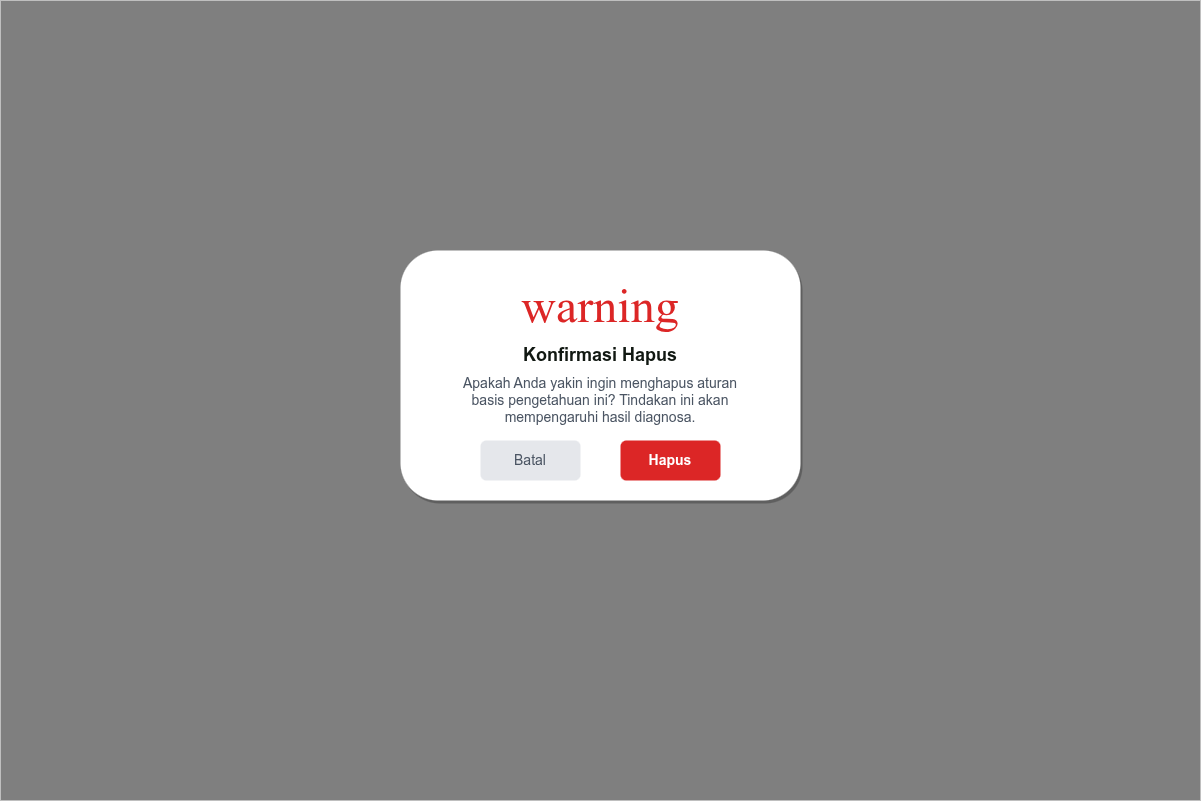
Before: diagram/desain/admin-hapus-aturan.png, a diagram exported from draw.io (RajaSunrise/kangkungku). Source tidied: cells renumbered, new cells last; positions are measured from the earlier drawing's top-left corner, leaving out a move shared by most shapes.
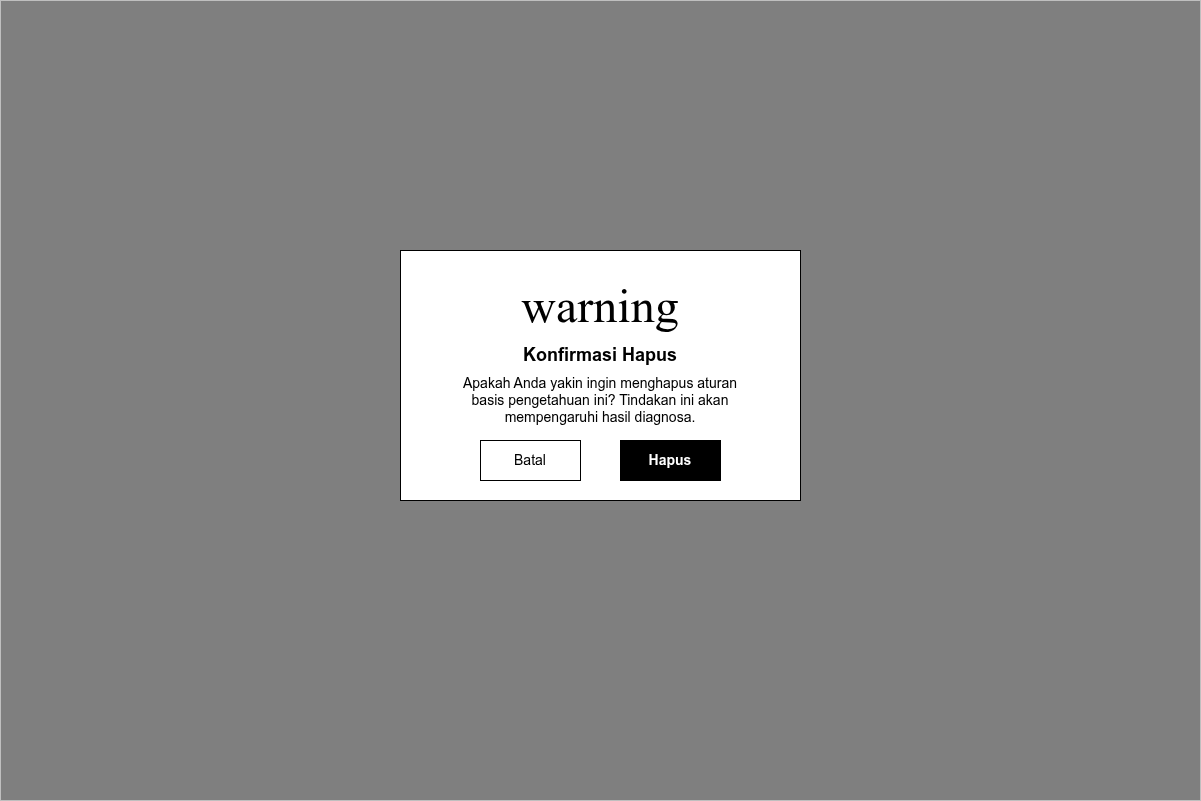
After the commit.

The edit, as a diff of the source:
```diff
@@ -5,22 +5,22 @@
     <mxCell id="2" style="rounded=0;whiteSpace=wrap;html=1;fillColor=#000000;fillOpacity=50;strokeColor=none;" parent="1" vertex="1">
       <mxGeometry width="1200" height="800" as="geometry" />
     </mxCell>
-    <mxCell id="3" style="rounded=1;whiteSpace=wrap;html=1;fillColor=#FFFFFF;strokeColor=none;shadow=1;" parent="1" vertex="1">
+    <mxCell id="3" style="rounded=0;whiteSpace=wrap;html=1;fillColor=#FFFFFF;strokeColor=#000000;" parent="1" vertex="1">
       <mxGeometry x="400" y="250" width="400" height="250" as="geometry" />
     </mxCell>
-    <mxCell id="4" value="warning" style="text;html=1;strokeColor=none;fillColor=none;align=center;verticalAlign=middle;whiteSpace=wrap;rounded=0;fontColor=#DC2626;fontSize=48;fontFamily=Material Icons;" parent="1" vertex="1">
+    <mxCell id="4" value="warning" style="text;html=1;strokeColor=none;fillColor=none;align=center;verticalAlign=middle;whiteSpace=wrap;rounded=0;fontColor=#000000;fontSize=48;fontFamily=Material Icons;" parent="1" vertex="1">
       <mxGeometry x="575" y="280" width="50" height="50" as="geometry" />
     </mxCell>
-    <mxCell id="5" value="Konfirmasi Hapus" style="text;html=1;strokeColor=none;fillColor=none;align=center;verticalAlign=middle;whiteSpace=wrap;rounded=0;fontColor=#111812;fontSize=18;fontStyle=1;" parent="1" vertex="1">
+    <mxCell id="5" value="Konfirmasi Hapus" style="text;html=1;strokeColor=none;fillColor=none;align=center;verticalAlign=middle;whiteSpace=wrap;rounded=0;fontColor=#000000;fontSize=18;fontStyle=1;" parent="1" vertex="1">
       <mxGeometry x="450" y="340" width="300" height="30" as="geometry" />
     </mxCell>
-    <mxCell id="6" value="Apakah Anda yakin ingin menghapus aturan basis pengetahuan ini? Tindakan ini akan mempengaruhi hasil diagnosa." style="text;html=1;strokeColor=none;fillColor=none;align=center;verticalAlign=middle;whiteSpace=wrap;rounded=0;fontColor=#4B5563;fontSize=14;" parent="1" vertex="1">
+    <mxCell id="6" value="Apakah Anda yakin ingin menghapus aturan basis pengetahuan ini? Tindakan ini akan mempengaruhi hasil diagnosa." style="text;html=1;strokeColor=none;fillColor=none;align=center;verticalAlign=middle;whiteSpace=wrap;rounded=0;fontColor=#000000;fontSize=14;" parent="1" vertex="1">
       <mxGeometry x="450" y="370" width="300" height="60" as="geometry" />
     </mxCell>
-    <mxCell id="7" value="Batal" style="rounded=1;whiteSpace=wrap;html=1;fillColor=#E5E7EB;strokeColor=none;fontColor=#4B5563;fontSize=14;" parent="1" vertex="1">
+    <mxCell id="7" value="Batal" style="rounded=0;whiteSpace=wrap;html=1;fillColor=#FFFFFF;strokeColor=#000000;fontColor=#000000;fontSize=14;" parent="1" vertex="1">
       <mxGeometry x="480" y="440" width="100" height="40" as="geometry" />
     </mxCell>
-    <mxCell id="8" value="Hapus" style="rounded=1;whiteSpace=wrap;html=1;fillColor=#DC2626;strokeColor=none;fontColor=#FFFFFF;fontStyle=1;fontSize=14;" parent="1" vertex="1">
+    <mxCell id="8" value="Hapus" style="rounded=0;whiteSpace=wrap;html=1;fillColor=#000000;strokeColor=#000000;fontColor=#FFFFFF;fontStyle=1;fontSize=14;" parent="1" vertex="1">
       <mxGeometry x="620" y="440" width="100" height="40" as="geometry" />
     </mxCell>
   </root>
```
